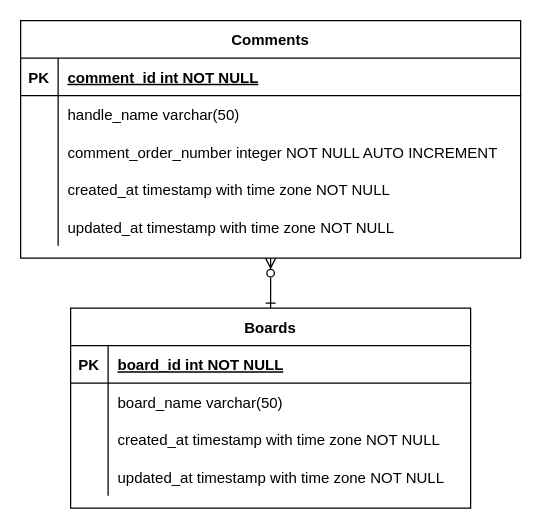
Before: JTBBS.drawio in Milix-M/JTBBS, a draw.io diagram. Source tidied: cells renumbered, new cells numbered last; positions are measured from the earlier drawing's top-left corner, leaving out a move shared by most shapes. Both pictures are drawn from the tidied source at 125%, with x=0, y=0 at pixel (20, 20).
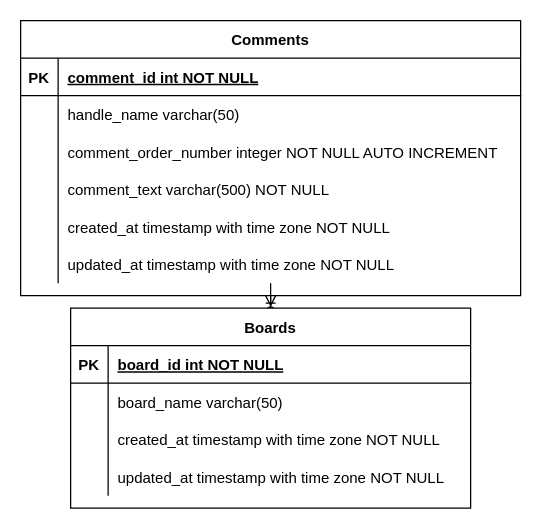
After the change.

Commit message:
add comment_text to Entity-relational Diagrams

The edit, as a diff of the source:
```diff
@@
     <mxCell id="3" value="Comments" style="shape=table;startSize=30;childLayout=tableLayout;rowLines=0;fontStyle=1;align=center;" parent="1" vertex="1">
-      <mxGeometry width="400" height="190" as="geometry" />
+      <mxGeometry width="400" height="220" as="geometry" />
     </mxCell>
@@
+    <mxCell id="32" style="shape=partialRectangle;fillColor=none;top=0;left=0;right=0;bottom=0;" parent="3" vertex="1">
+      <mxGeometry y="120" width="400" height="30" as="geometry" />
+    </mxCell>
+    <mxCell id="33" style="shape=partialRectangle;overflow=hidden;fillColor=none;top=0;left=0;bottom=0;right=0;" parent="32" vertex="1">
+      <mxGeometry width="30" height="30" as="geometry" />
+    </mxCell>
+    <mxCell id="34" value="comment_text varchar(500) NOT NULL" style="shape=partialRectangle;overflow=hidden;fillColor=none;top=0;left=0;bottom=0;right=0;align=left;spacingLeft=6;" parent="32" vertex="1">
+      <mxGeometry x="30" width="370" height="30" as="geometry" />
+    </mxCell>
     <mxCell id="13" style="shape=partialRectangle;fillColor=none;top=0;left=0;right=0;bottom=0;" parent="3" vertex="1">
-      <mxGeometry y="120" width="400" height="30" as="geometry" />
+      <mxGeometry y="150" width="400" height="30" as="geometry" />
     </mxCell>
@@
     <mxCell id="16" style="shape=partialRectangle;fillColor=none;top=0;left=0;right=0;bottom=0;" parent="3" vertex="1">
-      <mxGeometry y="150" width="400" height="30" as="geometry" />
+      <mxGeometry y="180" width="400" height="30" as="geometry" />
     </mxCell>
```
